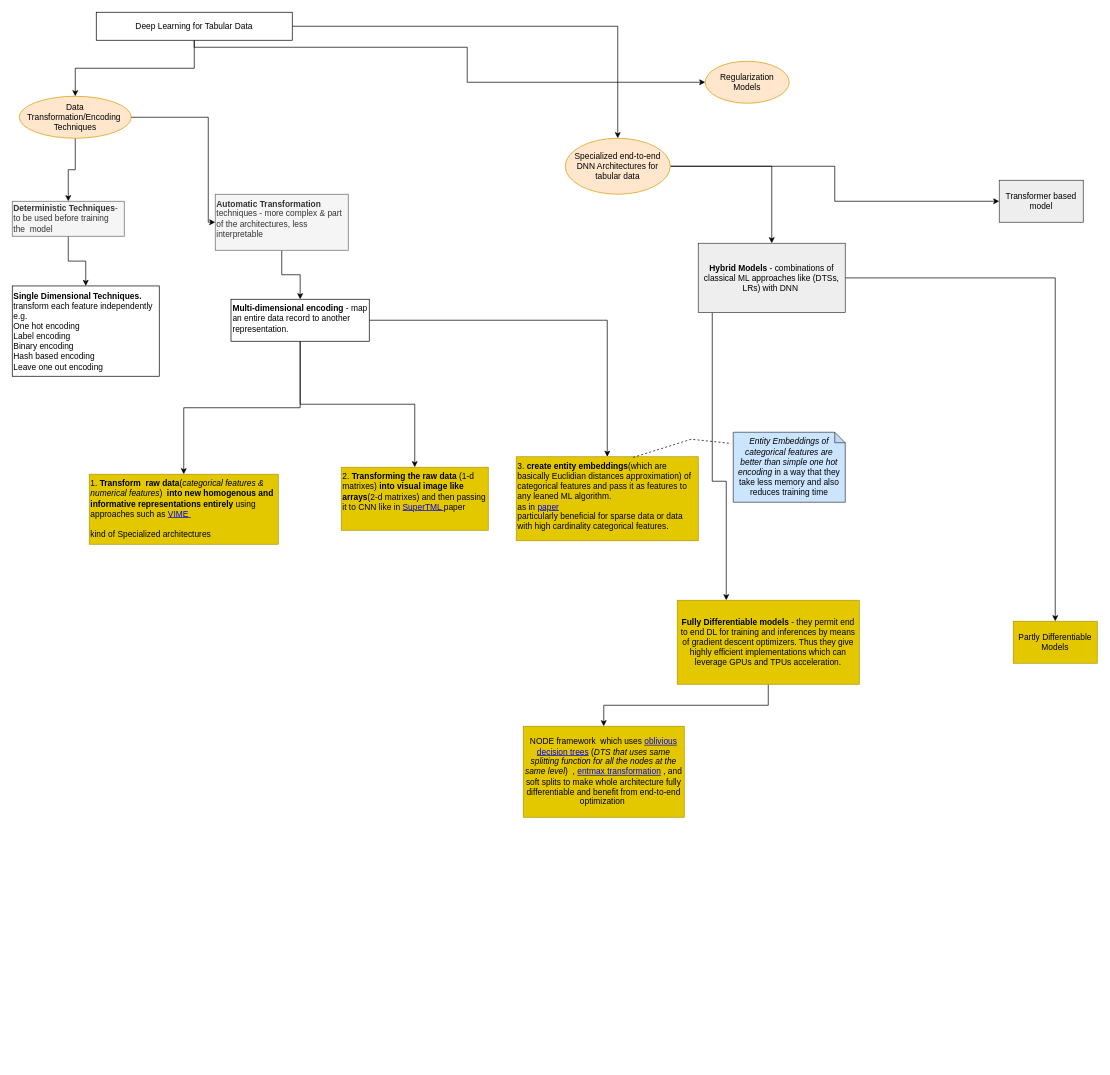
This is DeepLearningTabularData.drawio from ambitiousrahul/concepts-viz-diagrams, a draw.io file, before an edit. Source tidied: cells renumbered, new cells numbered last; positions are measured from the earlier drawing's top-left corner, leaving out a move shared by most shapes. Both pictures are drawn from the tidied source at 70%, with x=0, y=0 at pixel (12, 12).
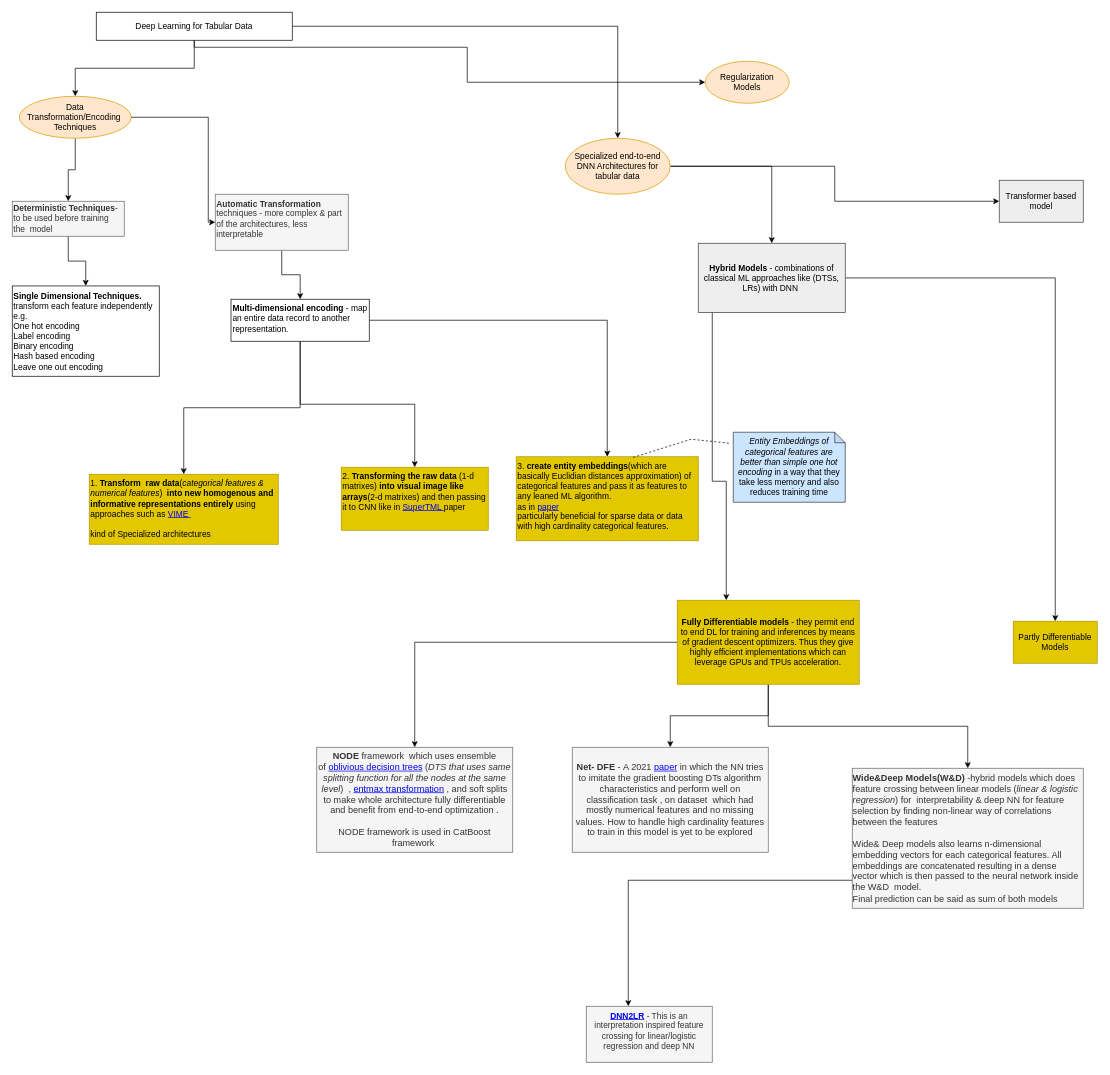
The same page after the edit.

The change refers to these unchanged cells:
```xml
<mxCell id="32" value="&lt;b&gt;Fully Differentiable models&lt;/b&gt; - they permit end to end DL for training and inferences by means of gradient descent optimizers. Thus they give highly efficient implementations which can leverage GPUs and TPUs acceleration." style="whiteSpace=wrap;html=1;fillColor=#e3c800;strokeColor=#B09500;rounded=0;fontColor=#000000;" parent="1" vertex="1">
  <mxGeometry x="950" y="840" width="260" height="120" as="geometry" />
</mxCell>
```

Diff of the diagram source:
```diff
@@
+    <mxCell id="35" style="edgeStyle=orthogonalEdgeStyle;rounded=0;jettySize=auto;html=1;" parent="1" edge="1" source="32" target="37">
+      <mxGeometry relative="1" as="geometry" />
+    </mxCell>
+    <mxCell id="36" style="edgeStyle=orthogonalEdgeStyle;rounded=0;jettySize=auto;html=1;" parent="1" edge="1" source="32" target="39">
+      <mxGeometry relative="1" as="geometry" />
+    </mxCell>
@@
-    <mxCell id="34" value="NODE framework&amp;nbsp; which uses &lt;a href=&quot;https://www.semanticscholar.org/paper/f123360fe7c9d721524367c51cbbc3205f8166d2&quot;&gt;oblivious decision trees&lt;/a&gt;&amp;nbsp;(&lt;i&gt;DTS that uses same splitting function for all the nodes at the same level&lt;/i&gt;)&amp;nbsp; , &lt;a href=&quot;https://www.semanticscholar.org/paper/3cee801d10f410f0feb1a2390776a01ba2765001&quot;&gt;entmax transformation&lt;/a&gt; , and soft splits to make whole architecture fully differentiable and benefit from end-to-end optimization&amp;nbsp;" style="whiteSpace=wrap;html=1;fillColor=#e3c800;strokeColor=#B09500;fontColor=#000000;rounded=0;" parent="1" vertex="1">
-      <mxGeometry x="730" y="1020" width="230" height="130" as="geometry" />
+    <mxCell id="34" value="&lt;b style=&quot;font-size: 13px;&quot;&gt;NODE &lt;/b&gt;framework&amp;nbsp; which uses ensemble of&amp;nbsp;&lt;a href=&quot;https://www.semanticscholar.org/paper/f123360fe7c9d721524367c51cbbc3205f8166d2&quot; style=&quot;font-size: 13px;&quot;&gt;oblivious decision trees&lt;/a&gt;&amp;nbsp;(&lt;i style=&quot;font-size: 13px;&quot;&gt;DTS that uses same splitting function for all the nodes at the same level&lt;/i&gt;)&amp;nbsp; , &lt;a href=&quot;https://www.semanticscholar.org/paper/3cee801d10f410f0feb1a2390776a01ba2765001&quot; style=&quot;font-size: 13px;&quot;&gt;entmax transformation&lt;/a&gt; , and soft splits to make whole architecture fully differentiable and benefit from end-to-end optimization .&lt;br style=&quot;font-size: 13px;&quot;&gt;&lt;br style=&quot;font-size: 13px;&quot;&gt;NODE framework is used in CatBoost framework&amp;nbsp;" style="whiteSpace=wrap;html=1;rounded=0;fillColor=#f5f5f5;fontColor=#333333;strokeColor=#666666;fontSize=13;" parent="1" vertex="1">
+      <mxGeometry x="435" y="1050" width="280" height="150" as="geometry" />
     </mxCell>
+    <mxCell id="37" value="&lt;b style=&quot;font-size: 13px;&quot;&gt;Net- DFE &lt;/b&gt;-&amp;nbsp;A 2021 &lt;a href=&quot;https://www.semanticscholar.org/paper/af5151a0b22be3cb9a107c6af563b3603156246b&quot; style=&quot;font-size: 13px;&quot;&gt;paper&lt;/a&gt;&amp;nbsp;in which the NN tries to imitate the gradient boosting DTs algorithm characteristics and perform well on classification task , on dataset&amp;nbsp; which had mostly numerical features and no missing values. How to handle high cardinality features to train in this model is yet to be explored" style="whiteSpace=wrap;html=1;fillColor=#f5f5f5;strokeColor=#666666;fontColor=#333333;rounded=0;fontSize=13;" parent="1" vertex="1">
+      <mxGeometry x="800" y="1050" width="280" height="150" as="geometry" />
+    </mxCell>
+    <mxCell id="38" style="edgeStyle=orthogonalEdgeStyle;rounded=0;jettySize=auto;html=1;" parent="1" edge="1" source="39" target="40">
+      <mxGeometry relative="1" as="geometry">
+        <Array as="points">
+          <mxPoint x="1230" y="1240" />
+          <mxPoint x="880" y="1240" />
+        </Array>
+      </mxGeometry>
+    </mxCell>
+    <mxCell id="39" value="&lt;div style=&quot;text-align: left&quot;&gt;&lt;b&gt;Wide&amp;amp;Deep Models(W&amp;amp;D)&lt;/b&gt;&lt;span&gt; -hybrid models which does feature crossing between linear models (&lt;/span&gt;&lt;i&gt;linear &amp;amp; logistic regression&lt;/i&gt;&lt;span&gt;) for&amp;nbsp; interpretability &amp;amp; deep NN for feature selection by finding non-linear way of correlations between the features&lt;/span&gt;&lt;/div&gt;&lt;div style=&quot;text-align: left&quot;&gt;&lt;br&gt;&lt;/div&gt;&lt;div style=&quot;text-align: left&quot;&gt;&lt;span&gt;Wide&amp;amp; Deep models also learns n-dimensional embedding vectors for each categorical features. All embeddings are concatenated resulting in a dense vector which is then passed to the neural network inside the W&amp;amp;D&amp;nbsp; model.&lt;/span&gt;&lt;/div&gt;&lt;div style=&quot;text-align: left&quot;&gt;&lt;span&gt;Final prediction can be said as sum of both models&lt;/span&gt;&lt;/div&gt;" style="whiteSpace=wrap;html=1;fillColor=#f5f5f5;strokeColor=#666666;fontColor=#333333;rounded=0;verticalAlign=top;fontSize=13;" parent="1" vertex="1">
+      <mxGeometry x="1200" y="1080" width="330" height="200" as="geometry" />
+    </mxCell>
+    <mxCell id="40" value="&lt;b&gt;&lt;a href=&quot;https://www.semanticscholar.org/paper/4187c6acfdf5161bfdbc209a512582de8e24f256&quot;&gt;DNN2LR&lt;/a&gt;&lt;/b&gt; - This is an interpretation inspired feature crossing for linear/logistic regression and deep NN" style="rounded=0;whiteSpace=wrap;html=1;verticalAlign=top;fillColor=#f5f5f5;strokeColor=#666666;fontColor=#333333;" parent="1" vertex="1">
+      <mxGeometry x="820" y="1420" width="180" height="80" as="geometry" />
+    </mxCell>
```
